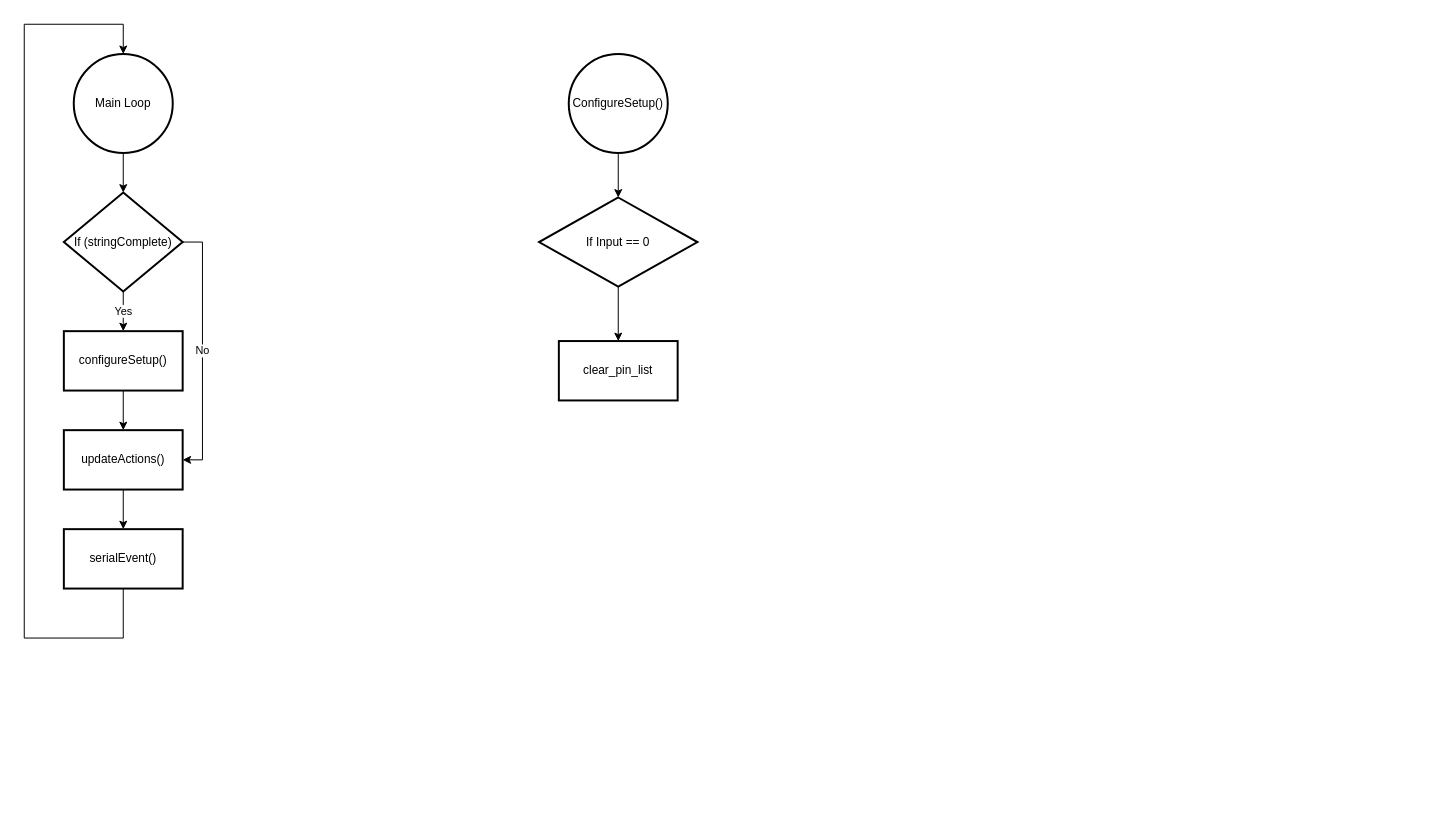
calebschmurr/AUNA_Test_Box keeps this draw.io diagram as page "MainLoop" (1 of 2) of Arduino_Code/Arduino_Software.drawio. Above is the earlier version. Source tidied: cells renumbered, new cells numbered last; positions are measured from the earlier drawing's top-left corner, leaving out a move shared by most shapes. Both pictures are drawn from the tidied source at 99%, with x=0, y=0 at pixel (24, 24).
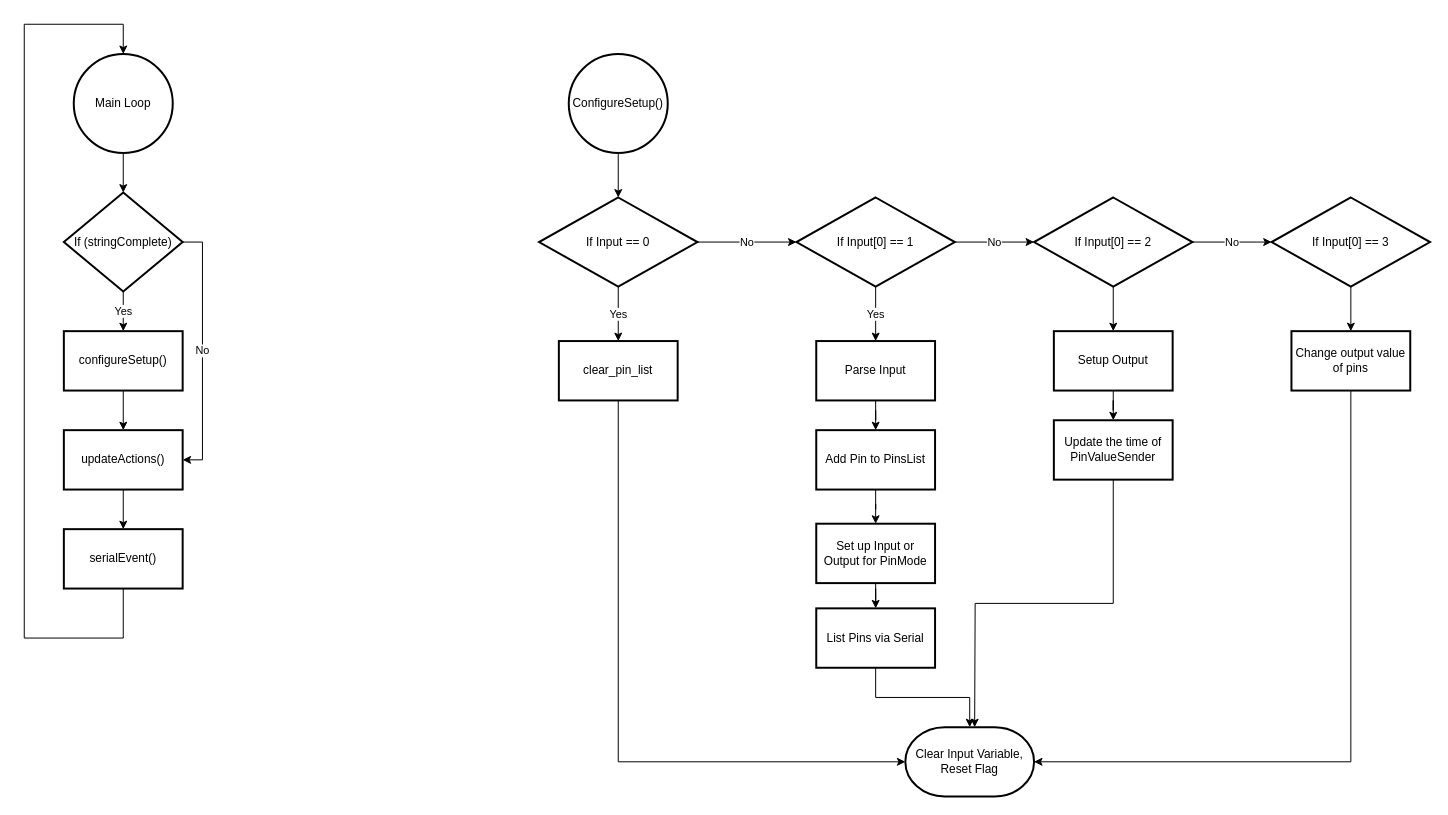
The same diagram, later.

The change refers to these unchanged cells:
```xml
<mxCell id="16" value="If Input == 0" style="rhombus;whiteSpace=wrap;html=1;strokeWidth=2;" parent="1" vertex="1">
  <mxGeometry x="520" y="175" width="160" height="90" as="geometry" />
</mxCell>
<mxCell id="17" value="clear_pin_list" style="whiteSpace=wrap;html=1;strokeWidth=2;" parent="1" vertex="1">
  <mxGeometry x="540" y="320" width="120" height="60" as="geometry" />
</mxCell>
```

Change to the diagram source:
```diff
@@
-    <mxCell id="15" style="edgeStyle=orthogonalEdgeStyle;rounded=0;jettySize=auto;html=1;" parent="1" edge="1" source="16" target="17">
+    <mxCell id="15" value="Yes" style="edgeStyle=orthogonalEdgeStyle;rounded=0;jettySize=auto;html=1;" parent="1" edge="1" source="16" target="17">
       <mxGeometry relative="1" as="geometry" />
     </mxCell>
+    <mxCell id="18" value="No" style="edgeStyle=orthogonalEdgeStyle;rounded=0;jettySize=auto;html=1;" parent="1" edge="1" source="16" target="22">
+      <mxGeometry relative="1" as="geometry" />
+    </mxCell>
@@
+    <mxCell id="19" style="edgeStyle=orthogonalEdgeStyle;rounded=0;jettySize=auto;html=1;exitX=0.5;exitY=1;exitDx=0;exitDy=0;entryX=0;entryY=0.5;entryDx=0;entryDy=0;entryPerimeter=0;" parent="1" edge="1" source="17" target="42">
+      <mxGeometry relative="1" as="geometry" />
+    </mxCell>
@@
+    <mxCell id="20" value="No" style="edgeStyle=orthogonalEdgeStyle;rounded=0;jettySize=auto;html=1;" parent="1" edge="1" source="22" target="25">
+      <mxGeometry relative="1" as="geometry" />
+    </mxCell>
+    <mxCell id="21" value="Yes" style="edgeStyle=orthogonalEdgeStyle;rounded=0;jettySize=auto;html=1;" parent="1" edge="1" source="22" target="29">
+      <mxGeometry relative="1" as="geometry" />
+    </mxCell>
+    <mxCell id="22" value="If Input[0] == 1" style="rhombus;whiteSpace=wrap;html=1;strokeWidth=2;" parent="1" vertex="1">
+      <mxGeometry x="780" y="175" width="160" height="90" as="geometry" />
+    </mxCell>
+    <mxCell id="23" value="No" style="edgeStyle=orthogonalEdgeStyle;rounded=0;jettySize=auto;html=1;" parent="1" edge="1" source="25" target="27">
+      <mxGeometry relative="1" as="geometry" />
+    </mxCell>
+    <mxCell id="24" style="edgeStyle=orthogonalEdgeStyle;rounded=0;jettySize=auto;html=1;" parent="1" edge="1" source="25" target="35">
+      <mxGeometry relative="1" as="geometry" />
+    </mxCell>
+    <mxCell id="25" value="If Input[0] == 2" style="rhombus;whiteSpace=wrap;html=1;strokeWidth=2;" parent="1" vertex="1">
+      <mxGeometry x="1020" y="175" width="160" height="90" as="geometry" />
+    </mxCell>
+    <mxCell id="26" style="edgeStyle=orthogonalEdgeStyle;rounded=0;jettySize=auto;html=1;" parent="1" edge="1" source="27" target="41">
+      <mxGeometry relative="1" as="geometry" />
+    </mxCell>
+    <mxCell id="27" value="If Input[0] == 3" style="rhombus;whiteSpace=wrap;html=1;strokeWidth=2;" parent="1" vertex="1">
+      <mxGeometry x="1260" y="175" width="160" height="90" as="geometry" />
+    </mxCell>
+    <mxCell id="28" style="edgeStyle=orthogonalEdgeStyle;rounded=0;jettySize=auto;html=1;" parent="1" edge="1" source="29" target="31">
+      <mxGeometry relative="1" as="geometry" />
+    </mxCell>
+    <mxCell id="29" value="Parse Input" style="whiteSpace=wrap;html=1;strokeWidth=2;" parent="1" vertex="1">
+      <mxGeometry x="800" y="320" width="120" height="60" as="geometry" />
+    </mxCell>
+    <mxCell id="30" style="edgeStyle=orthogonalEdgeStyle;rounded=0;jettySize=auto;html=1;" parent="1" edge="1" source="31" target="33">
+      <mxGeometry relative="1" as="geometry" />
+    </mxCell>
+    <mxCell id="31" value="Add Pin to PinsList" style="whiteSpace=wrap;html=1;strokeWidth=2;" parent="1" vertex="1">
+      <mxGeometry x="800" y="410" width="120" height="60" as="geometry" />
+    </mxCell>
+    <mxCell id="32" style="edgeStyle=orthogonalEdgeStyle;rounded=0;jettySize=auto;html=1;" parent="1" edge="1" source="33" target="37">
+      <mxGeometry relative="1" as="geometry" />
+    </mxCell>
+    <mxCell id="33" value="Set up Input or Output for PinMode" style="whiteSpace=wrap;html=1;strokeWidth=2;" parent="1" vertex="1">
+      <mxGeometry x="800" y="504.5" width="120" height="60" as="geometry" />
+    </mxCell>
+    <mxCell id="34" style="edgeStyle=orthogonalEdgeStyle;rounded=0;jettySize=auto;html=1;" parent="1" edge="1" source="35" target="39">
+      <mxGeometry relative="1" as="geometry" />
+    </mxCell>
+    <mxCell id="35" value="Setup Output" style="whiteSpace=wrap;html=1;strokeWidth=2;" parent="1" vertex="1">
+      <mxGeometry x="1040" y="310" width="120" height="60" as="geometry" />
+    </mxCell>
+    <mxCell id="36" style="edgeStyle=orthogonalEdgeStyle;rounded=0;jettySize=auto;html=1;exitX=0.5;exitY=1;exitDx=0;exitDy=0;entryX=0.5;entryY=0;entryDx=0;entryDy=0;entryPerimeter=0;" parent="1" edge="1" source="37" target="42">
+      <mxGeometry relative="1" as="geometry" />
+    </mxCell>
+    <mxCell id="37" value="List Pins via Serial" style="whiteSpace=wrap;html=1;strokeWidth=2;" parent="1" vertex="1">
+      <mxGeometry x="800" y="590" width="120" height="60" as="geometry" />
+    </mxCell>
+    <mxCell id="38" style="edgeStyle=orthogonalEdgeStyle;rounded=0;jettySize=auto;html=1;exitX=0.5;exitY=1;exitDx=0;exitDy=0;" parent="1" edge="1" source="39">
+      <mxGeometry relative="1" as="geometry">
+        <mxPoint x="960" y="710" as="targetPoint" />
+      </mxGeometry>
+    </mxCell>
+    <mxCell id="39" value="Update the time of PinValueSender" style="whiteSpace=wrap;html=1;strokeWidth=2;" parent="1" vertex="1">
+      <mxGeometry x="1040" y="400" width="120" height="60" as="geometry" />
+    </mxCell>
+    <mxCell id="40" style="edgeStyle=orthogonalEdgeStyle;rounded=0;jettySize=auto;html=1;exitX=0.5;exitY=1;exitDx=0;exitDy=0;entryX=1;entryY=0.5;entryDx=0;entryDy=0;entryPerimeter=0;" parent="1" edge="1" source="41" target="42">
+      <mxGeometry relative="1" as="geometry" />
+    </mxCell>
+    <mxCell id="41" value="Change output value of pins" style="whiteSpace=wrap;html=1;strokeWidth=2;" parent="1" vertex="1">
+      <mxGeometry x="1280" y="310" width="120" height="60" as="geometry" />
+    </mxCell>
+    <mxCell id="42" value="Clear Input Variable, Reset Flag" style="strokeWidth=2;html=1;shape=mxgraph.flowchart.terminator;whiteSpace=wrap;" parent="1" vertex="1">
+      <mxGeometry x="890" y="710" width="130" height="70" as="geometry" />
+    </mxCell>
```
